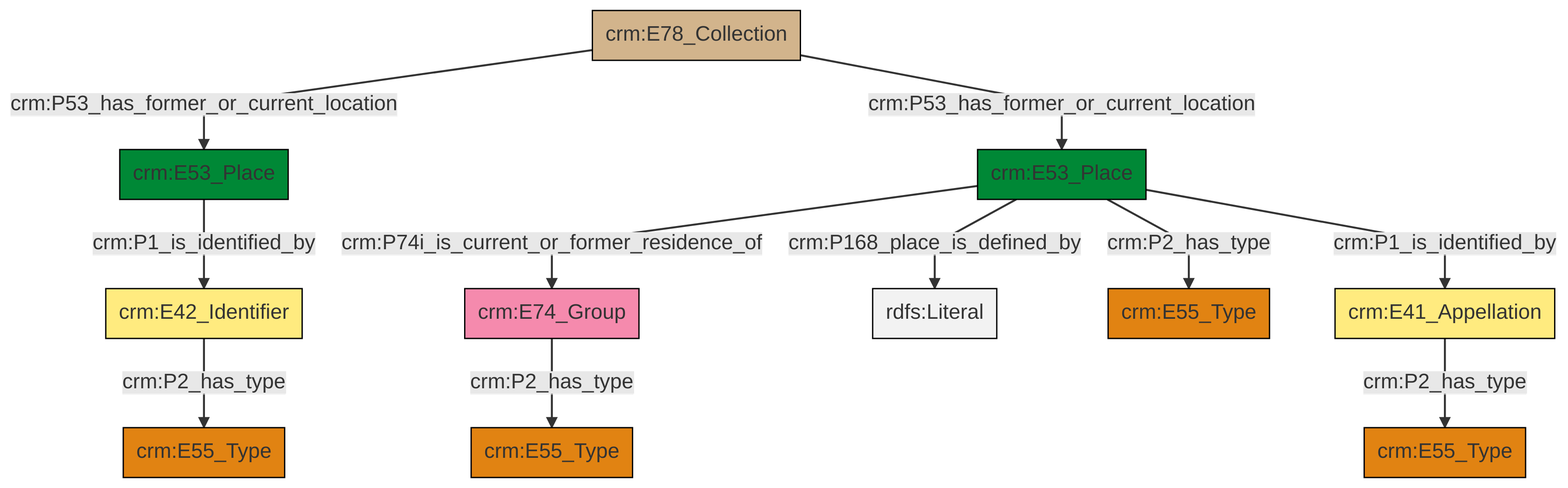
Above: et/archivalCSV/ttl/mmd/png/archival_location.png in swiss-art-research-net/docs.swissartresearch (Mermaid), before the change. Its source is kept beside it as et/archivalCSV/ttl/mmd/archival_location.ttl.mmd.
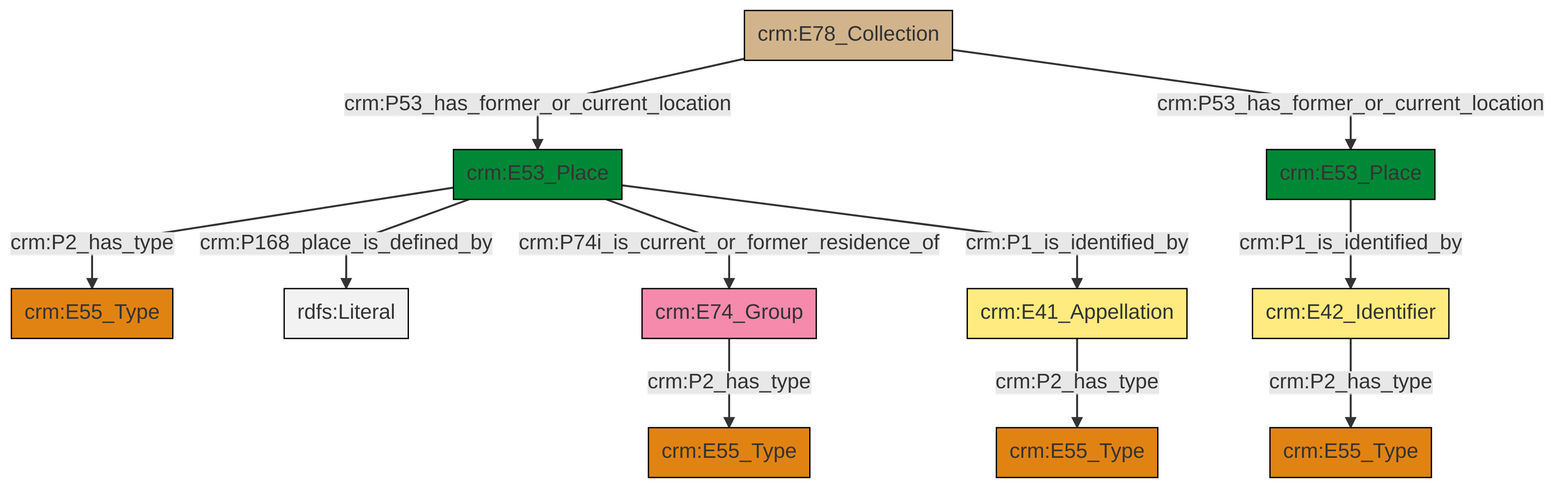
Later version of the same file.

Change to the diagram source:
```diff
@@ -13,13 +13,13 @@
 classDef PC_Classes fill:#4ce600, stroke:#000000;
 classDef Multi fill:#cccccc,stroke:#000000;
 
-6["crm:E53_Place"]:::Place -->|crm:P168_place_is_defined_by| 7[rdfs:Literal]:::Literal
-2["crm:E41_Appellation"]:::Appellation -->|crm:P2_has_type| 4["crm:E55_Type"]:::Type
-11["crm:E78_Collection"]:::Physical_Thing -->|crm:P53_has_former_or_current_location| 12["crm:E53_Place"]:::Place
-11["crm:E78_Collection"]:::Physical_Thing -->|crm:P53_has_former_or_current_location| 6["crm:E53_Place"]:::Place
-6["crm:E53_Place"]:::Place -->|crm:P74i_is_current_or_former_residence_of| 0["crm:E74_Group"]:::Actor
-6["crm:E53_Place"]:::Place -->|crm:P2_has_type| 14["crm:E55_Type"]:::Type
-12["crm:E53_Place"]:::Place -->|crm:P1_is_identified_by| 15["crm:E42_Identifier"]:::Appellation
-0["crm:E74_Group"]:::Actor -->|crm:P2_has_type| 8["crm:E55_Type"]:::Type
-6["crm:E53_Place"]:::Place -->|crm:P1_is_identified_by| 2["crm:E41_Appellation"]:::Appellation
-15["crm:E42_Identifier"]:::Appellation -->|crm:P2_has_type| 21["crm:E55_Type"]:::Type
+0["crm:E53_Place"]:::Place -->|crm:P1_is_identified_by| 1["crm:E42_Identifier"]:::Appellation
+2["crm:E53_Place"]:::Place -->|crm:P2_has_type| 3["crm:E55_Type"]:::Type
+1["crm:E42_Identifier"]:::Appellation -->|crm:P2_has_type| 4["crm:E55_Type"]:::Type
+5["crm:E41_Appellation"]:::Appellation -->|crm:P2_has_type| 6["crm:E55_Type"]:::Type
+2["crm:E53_Place"]:::Place -->|crm:P168_place_is_defined_by| 10[rdfs:Literal]:::Literal
+11["crm:E78_Collection"]:::Physical_Thing -->|crm:P53_has_former_or_current_location| 2["crm:E53_Place"]:::Place
+2["crm:E53_Place"]:::Place -->|crm:P74i_is_current_or_former_residence_of| 7["crm:E74_Group"]:::Actor
+7["crm:E74_Group"]:::Actor -->|crm:P2_has_type| 14["crm:E55_Type"]:::Type
+11["crm:E78_Collection"]:::Physical_Thing -->|crm:P53_has_former_or_current_location| 0["crm:E53_Place"]:::Place
+2["crm:E53_Place"]:::Place -->|crm:P1_is_identified_by| 5["crm:E41_Appellation"]:::Appellation
```
